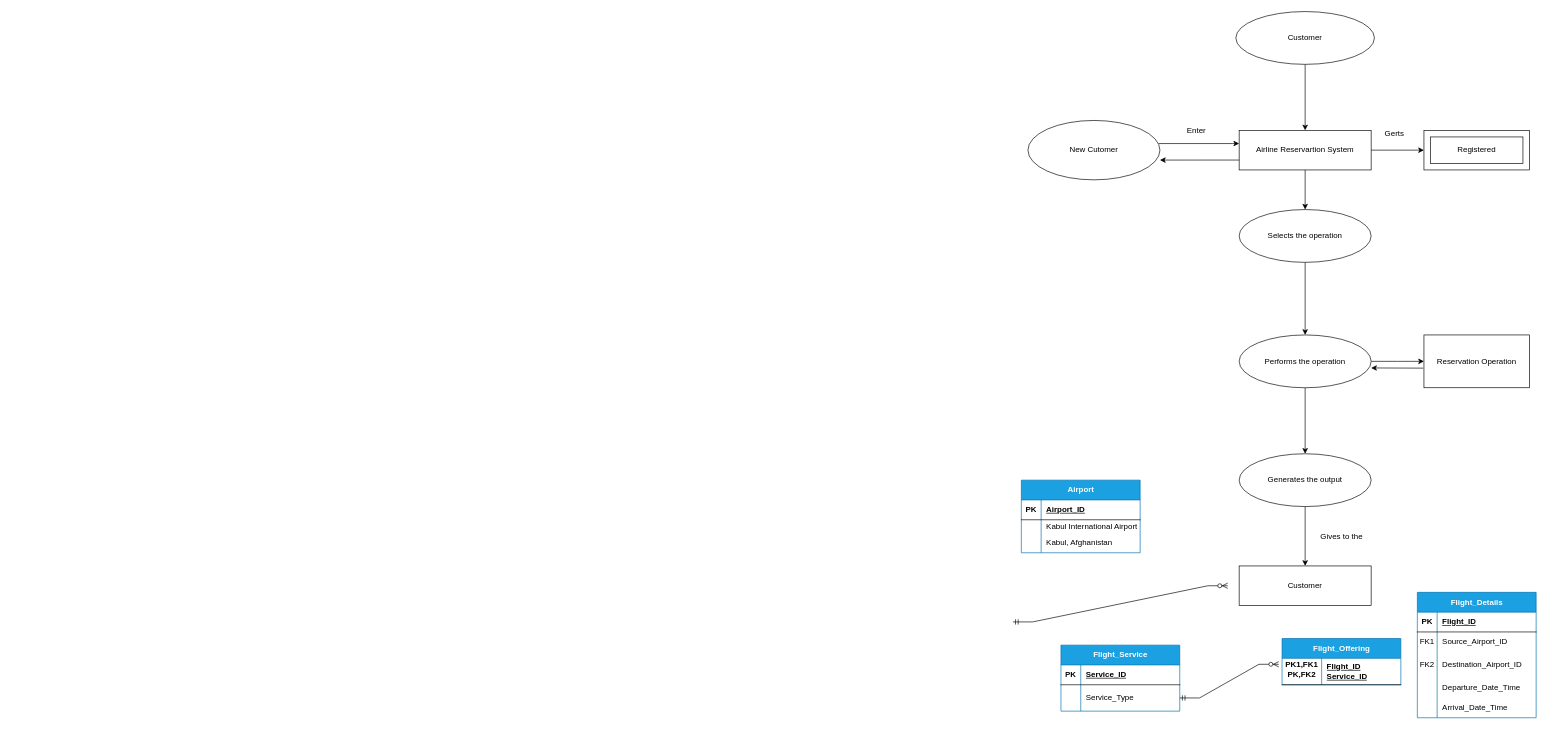
SarwarEbrahimi01/Airline-Reservations-Management-System- keeps this draw.io diagram as Airline.drawio. Above is the earlier version. Source tidied: cells renumbered, new cells numbered last; positions are measured from the earlier drawing's top-left corner, leaving out a move shared by most shapes. Both pictures are drawn from the tidied source at 66%, with x=0, y=0 at pixel (1012, 11).
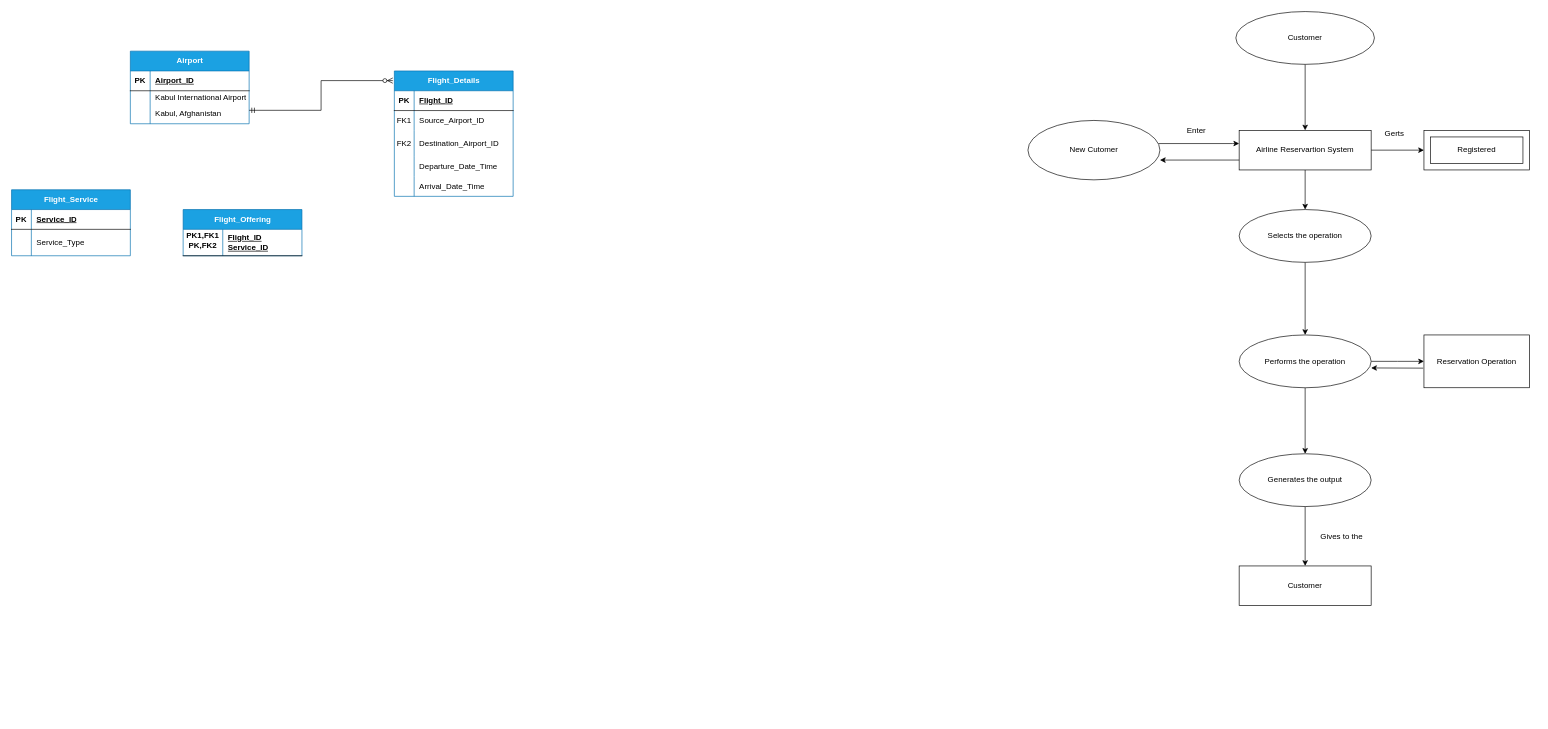
The same page after the edit.

Commit message:
Update Airline Reservation Managemnt System.drawio

Unchanged cells that the change refers to:
```xml
<mxCell id="32" style="shape=tableRow;horizontal=0;startSize=0;swimlaneHead=0;swimlaneBody=0;fillColor=none;points=[[0,0.5],[1,0.5]];portConstraint=eastwest;top=0;left=0;right=0;bottom=0;" parent="25" vertex="1">
  <mxGeometry y="80" width="180" height="30" as="geometry" />
</mxCell>
<mxCell id="55" style="shape=tableRow;horizontal=0;startSize=0;swimlaneHead=0;swimlaneBody=0;fillColor=none;points=[[0,0.5],[1,0.5]];portConstraint=eastwest;top=0;left=0;right=0;bottom=0;" parent="51" vertex="1">
  <mxGeometry y="60" width="180" height="40" as="geometry" />
</mxCell>
```

What changed in the source:
```diff
@@
     <mxCell id="25" value="Airport" style="shape=table;startSize=30;childLayout=tableLayout;rowLines=0;fontStyle=1;align=center;html=1;fillColor=#1ba1e2;fontColor=#ffffff;strokeColor=#006EAF;" parent="1" vertex="1">
-      <mxGeometry x="13" y="710" width="180" height="110" as="geometry" />
+      <mxGeometry x="-1337" y="60" width="180" height="110" as="geometry" />
     </mxCell>
@@
     <mxCell id="35" value="Flight_Details" style="shape=table;startSize=30;childLayout=tableLayout;rowLines=0;fontStyle=1;align=center;html=1;fillColor=#1ba1e2;fontColor=#ffffff;strokeColor=#006EAF;" parent="1" vertex="1">
-      <mxGeometry x="613" y="880" width="180" height="190" as="geometry" />
+      <mxGeometry x="-937" y="90" width="180" height="190" as="geometry" />
     </mxCell>
@@
     <mxCell id="51" value="Flight_Service" style="shape=table;startSize=30;childLayout=tableLayout;rowLines=0;fontStyle=1;align=center;html=1;fillColor=#1ba1e2;fontColor=#ffffff;strokeColor=#006EAF;" parent="1" vertex="1">
-      <mxGeometry x="73" y="960" width="180" height="100" as="geometry" />
+      <mxGeometry x="-1517" y="270" width="180" height="100" as="geometry" />
     </mxCell>
@@
     <mxCell id="58" value="Flight_Offering" style="shape=table;startSize=30;childLayout=tableLayout;rowLines=0;fontStyle=1;align=center;html=1;fillColor=#1ba1e2;fontColor=#ffffff;strokeColor=#006EAF;" parent="1" vertex="1">
-      <mxGeometry x="408" y="950" width="180" height="70" as="geometry" />
+      <mxGeometry x="-1257" y="300" width="180" height="70" as="geometry" />
     </mxCell>
@@
-    <mxCell id="62" style="edgeStyle=entityRelationEdgeStyle;fontSize=12;html=1;endArrow=ERzeroToMany;startArrow=ERmandOne;rounded=0;exitX=1;exitY=0.5;exitDx=0;exitDy=0;" parent="1" edge="1" source="55">
-      <mxGeometry relative="1" as="geometry">
-        <mxPoint x="403" y="989" as="targetPoint" />
-        <Array as="points">
-          <mxPoint x="353" y="950" />
-          <mxPoint x="383" y="980" />
-        </Array>
-      </mxGeometry>
-    </mxCell>
-    <mxCell id="63" style="edgeStyle=entityRelationEdgeStyle;fontSize=12;html=1;endArrow=ERzeroToMany;startArrow=ERmandOne;rounded=0;entryX=-0.025;entryY=0.08;entryDx=0;entryDy=0;entryPerimeter=0;" parent="1" edge="1">
-      <mxGeometry relative="1" as="geometry">
-        <mxPoint x="0.2" y="924.8" as="sourcePoint" />
-        <mxPoint x="325.7" y="870" as="targetPoint" />
-        <Array as="points">
-          <mxPoint x="50.2" y="864.8" />
-          <mxPoint x="140.2" y="834.8" />
-          <mxPoint x="130.2" y="904.8" />
-          <mxPoint x="150.2" y="874.8" />
-          <mxPoint x="190.2" y="904.8" />
-          <mxPoint x="330.2" y="814.8" />
-          <mxPoint x="180.2" y="844.8" />
-          <mxPoint x="360.2" y="824.8" />
-          <mxPoint x="320.2" y="834.8" />
-          <mxPoint x="180.2" y="854.8" />
-          <mxPoint x="190.2" y="834.8" />
-        </Array>
-      </mxGeometry>
-    </mxCell>
+    <mxCell id="64" style="edgeStyle=elbowEdgeStyle;fontSize=12;html=1;endArrow=ERzeroToMany;startArrow=ERmandOne;rounded=0;targetPerimeterSpacing=4;exitX=1;exitY=0.322;exitDx=0;exitDy=0;exitPerimeter=0;entryX=-0.013;entryY=0.077;entryDx=0;entryDy=0;entryPerimeter=0;" parent="1" edge="1" source="32" target="35">
+      <mxGeometry relative="1" as="geometry" />
+    </mxCell>
```
